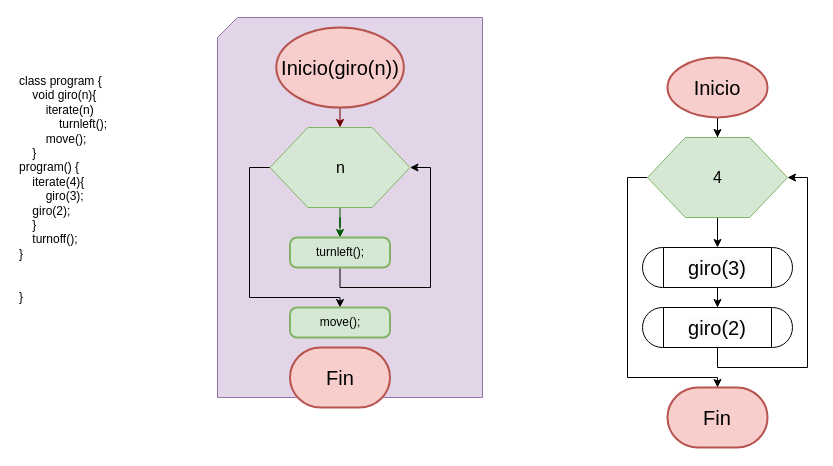
The draw.io diagram CruzF.drawio in PedroJOH/Ejercicios_karel, before the edit. Source tidied: cells renumbered, new cells numbered last; positions are measured from the earlier drawing's top-left corner, leaving out a move shared by most shapes. Both pictures are drawn from the tidied source at 100%, with x=0, y=0 at pixel (17, 17).
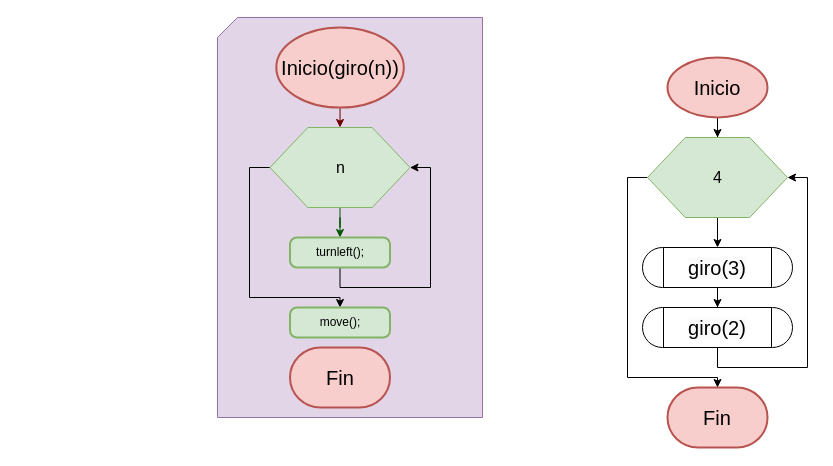
The same page after the edit.

What changed in the source:
```diff
@@
-    <mxCell id="2" value="class program {&#10;    void giro(n){&#10;        iterate(n)&#10;            turnleft();&#10;        move();&#10;    }&#10;program() {&#10;    iterate(4){&#10;        giro(3);&#10;    giro(2);&#10;    }&#10;    turnoff();&#10;}&#10;&#10;&#10;}" style="text;whiteSpace=wrap;" parent="1" vertex="1">
-      <mxGeometry y="50" width="120" height="250" as="geometry" />
-    </mxCell>
     <mxCell id="3" style="verticalLabelPosition=bottom;verticalAlign=top;html=1;shape=card;whiteSpace=wrap;size=20;arcSize=12;fillColor=#e1d5e7;strokeColor=#9673a6;" parent="1" vertex="1">
-      <mxGeometry x="200" width="265" height="380" as="geometry" />
+      <mxGeometry x="200" width="265" height="400" as="geometry" />
     </mxCell>
```
